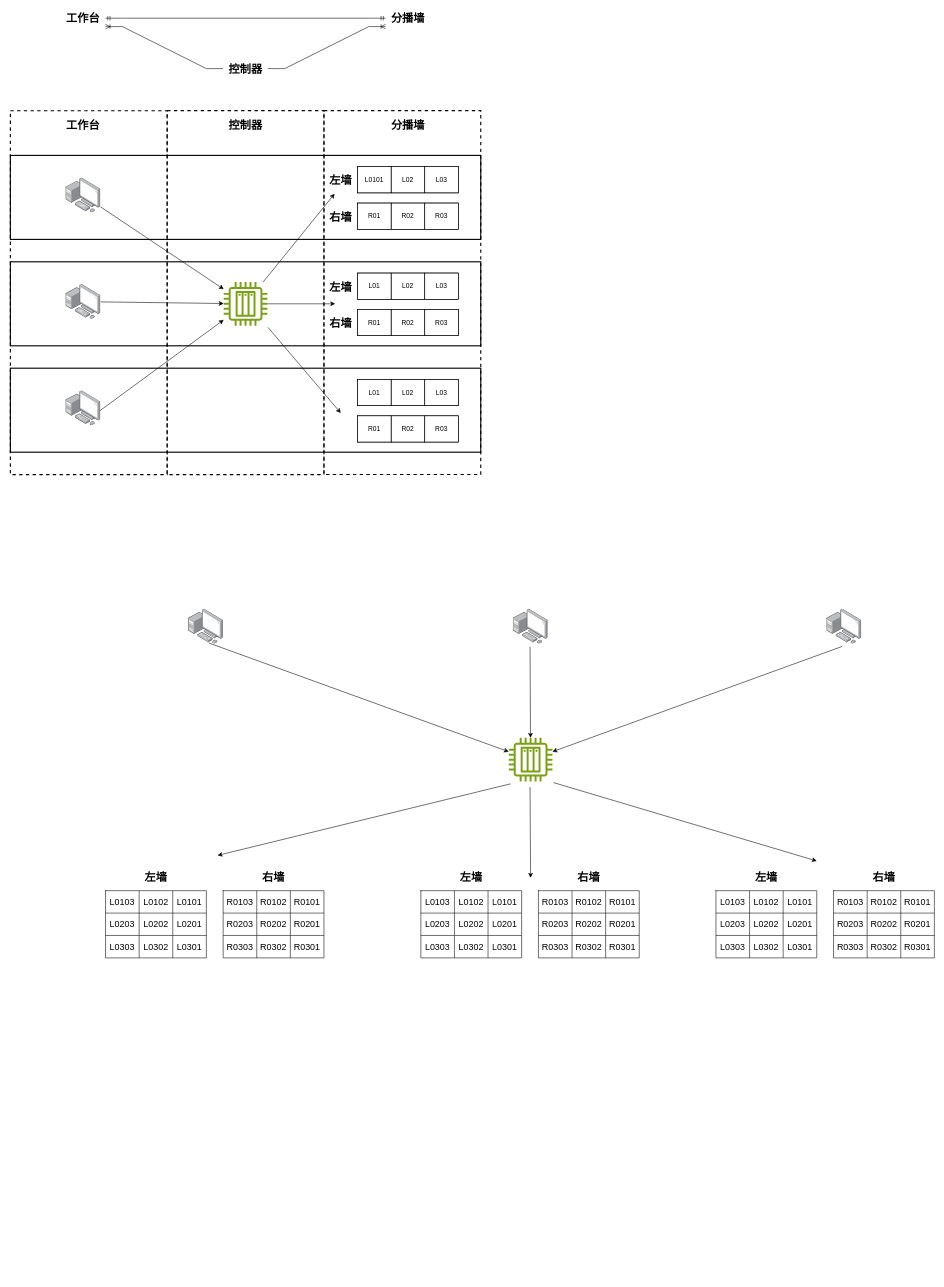
Before: page "工作台-控制器-分播墙-格口关系" (6 of 7) of diagrams/电子标签.drawio in libo9527/static, a draw.io diagram. Source tidied: cells renumbered, new cells numbered last; positions are measured from the earlier drawing's top-left corner, leaving out a move shared by most shapes. Both pictures are drawn from the tidied source at 56%, with x=0, y=0 at pixel (10, 10).
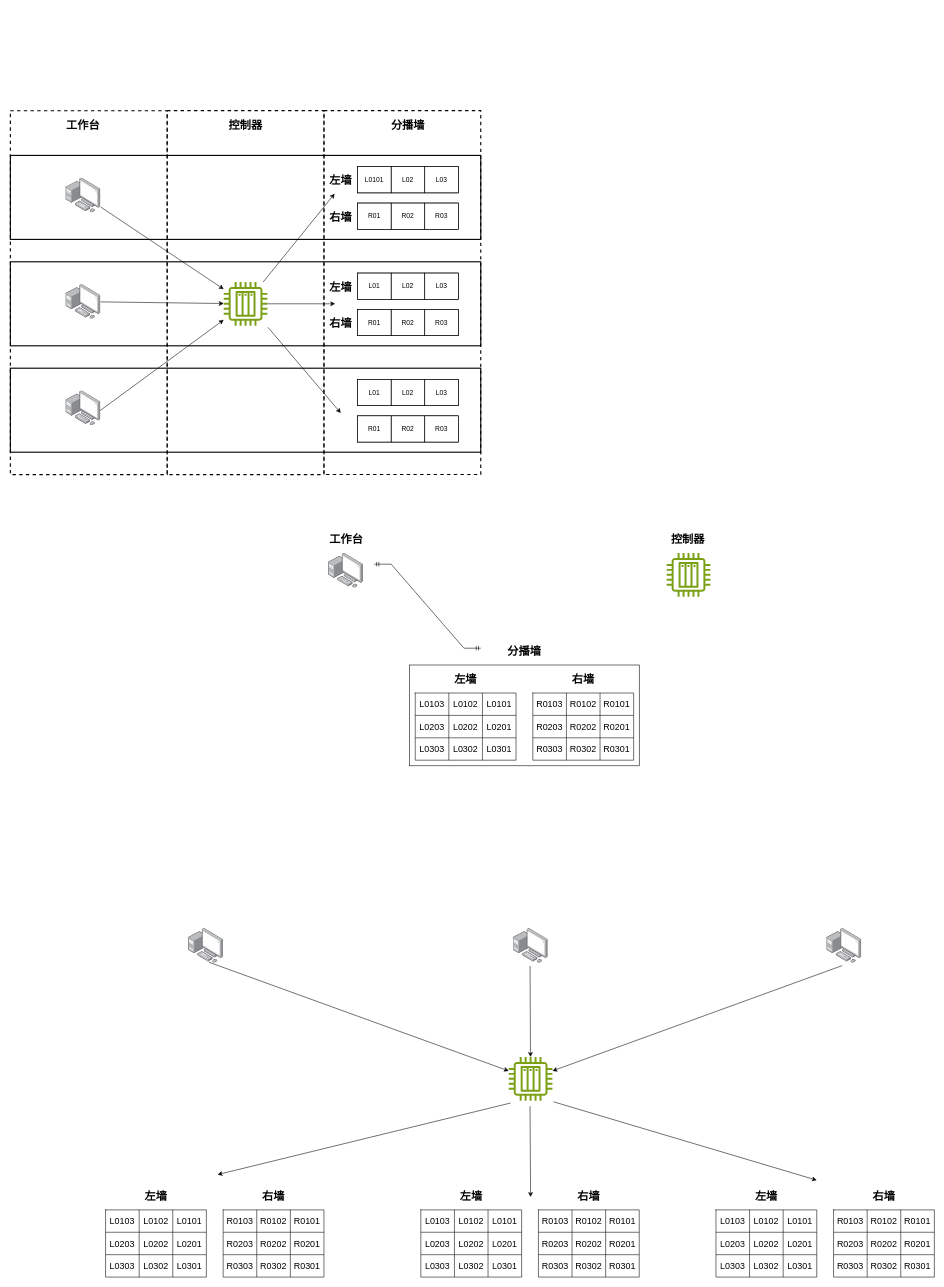
The same diagram, later.

Commit message (it also covers changes not shown here):
更新电子标签.drawio

What changed in the source:
```diff
@@
+    <mxCell id="155" style="rounded=0;whiteSpace=wrap;html=1;" parent="1" vertex="1">
+      <mxGeometry x="713" y="1170" width="410" height="180" as="geometry" />
+    </mxCell>
@@
     <mxCell id="48" value="&lt;b&gt;&lt;font style=&quot;font-size: 20px;&quot;&gt;左墙&lt;/font&gt;&lt;/b&gt;" style="text;html=1;align=center;verticalAlign=middle;whiteSpace=wrap;rounded=0;" parent="1" vertex="1">
-      <mxGeometry x="220" y="1533" width="80" height="30" as="geometry" />
+      <mxGeometry x="220" y="2103" width="80" height="30" as="geometry" />
     </mxCell>
     <mxCell id="49" value="&lt;b&gt;&lt;font style=&quot;font-size: 20px;&quot;&gt;右墙&lt;/font&gt;&lt;/b&gt;" style="text;html=1;align=center;verticalAlign=middle;whiteSpace=wrap;rounded=0;" parent="1" vertex="1">
-      <mxGeometry x="430" y="1533" width="80" height="30" as="geometry" />
+      <mxGeometry x="430" y="2103" width="80" height="30" as="geometry" />
     </mxCell>
@@
     <mxCell id="57" value="&lt;b&gt;&lt;font style=&quot;font-size: 20px;&quot;&gt;工作台&lt;/font&gt;&lt;/b&gt;" style="text;html=1;align=center;verticalAlign=middle;whiteSpace=wrap;rounded=0;" parent="1" vertex="1">
-      <mxGeometry x="90" width="80" height="30" as="geometry" />
+      <mxGeometry x="560" y="930" width="80" height="30" as="geometry" />
     </mxCell>
     <mxCell id="58" value="&lt;b&gt;&lt;font style=&quot;font-size: 20px;&quot;&gt;控制器&lt;/font&gt;&lt;/b&gt;" style="text;html=1;align=center;verticalAlign=middle;whiteSpace=wrap;rounded=0;" parent="1" vertex="1">
-      <mxGeometry x="380" y="90" width="80" height="30" as="geometry" />
+      <mxGeometry x="1170" y="930" width="80" height="30" as="geometry" />
     </mxCell>
     <mxCell id="59" value="&lt;b&gt;&lt;font style=&quot;font-size: 20px;&quot;&gt;分播墙&lt;/font&gt;&lt;/b&gt;" style="text;html=1;align=center;verticalAlign=middle;whiteSpace=wrap;rounded=0;" parent="1" vertex="1">
-      <mxGeometry x="670" width="80" height="30" as="geometry" />
+      <mxGeometry x="878" y="1130" width="80" height="30" as="geometry" />
     </mxCell>
-    <mxCell id="60" style="edgeStyle=entityRelationEdgeStyle;fontSize=12;html=1;endArrow=ERmandOne;startArrow=ERmandOne;rounded=0;exitX=1;exitY=0.5;exitDx=0;exitDy=0;entryX=0;entryY=0.5;entryDx=0;entryDy=0;" parent="1" edge="1" source="57" target="59">
-      <mxGeometry relative="1" as="geometry" />
+    <mxCell id="60" style="edgeStyle=entityRelationEdgeStyle;fontSize=12;html=1;endArrow=ERmandOne;startArrow=ERmandOne;rounded=0;" parent="1" edge="1">
+      <mxGeometry relative="1" as="geometry">
+        <mxPoint x="650" y="990" as="sourcePoint" />
+        <mxPoint x="840" y="1140" as="targetPoint" />
+      </mxGeometry>
     </mxCell>
-    <mxCell id="61" style="edgeStyle=entityRelationEdgeStyle;fontSize=12;html=1;endArrow=ERoneToMany;rounded=0;exitX=0;exitY=0.5;exitDx=0;exitDy=0;entryX=1;entryY=1;entryDx=0;entryDy=0;" parent="1" edge="1" source="58" target="57">
-      <mxGeometry relative="1" as="geometry" />
-    </mxCell>
-    <mxCell id="62" style="edgeStyle=entityRelationEdgeStyle;fontSize=12;html=1;endArrow=ERoneToMany;rounded=0;exitX=1;exitY=0.5;exitDx=0;exitDy=0;entryX=0;entryY=1;entryDx=0;entryDy=0;" parent="1" edge="1" source="58" target="59">
-      <mxGeometry relative="1" as="geometry" />
-    </mxCell>
     <mxCell id="63" style="shape=table;startSize=0;childLayout=tableLayout;fontSize=16;" parent="1" vertex="1">
-      <mxGeometry x="170" y="1573" width="180" height="120" as="geometry" />
+      <mxGeometry x="170" y="2143" width="180" height="120" as="geometry" />
     </mxCell>
@@
     <mxCell id="76" style="shape=table;startSize=0;childLayout=tableLayout;fontSize=16;" parent="1" vertex="1">
-      <mxGeometry x="380" y="1573" width="180" height="120" as="geometry" />
+      <mxGeometry x="380" y="2143" width="180" height="120" as="geometry" />
     </mxCell>
@@
     <mxCell id="89" style="image;points=[];html=1;align=center;shadow=0;dashed=0;image=img/lib/allied_telesis/computer_and_terminals/Personal_Computer_with_Server.svg;" parent="1" vertex="1">
-      <mxGeometry x="317.6" y="1070" width="62.4" height="62.4" as="geometry" />
+      <mxGeometry x="317.6" y="1640" width="62.4" height="62.4" as="geometry" />
     </mxCell>
     <mxCell id="90" style="sketch=0;outlineConnect=0;fontColor=#232F3E;gradientColor=none;fillColor=#7AA116;strokeColor=none;dashed=0;verticalLabelPosition=bottom;verticalAlign=top;align=center;html=1;fontSize=12;fontStyle=0;shape=mxgraph.aws4.iot_thing_plc;" parent="1" vertex="1">
-      <mxGeometry x="890" y="1300" width="78" height="78" as="geometry" />
+      <mxGeometry x="890" y="1870" width="78" height="78" as="geometry" />
     </mxCell>
     <mxCell id="91" value="&lt;b&gt;&lt;font style=&quot;font-size: 20px;&quot;&gt;左墙&lt;/font&gt;&lt;/b&gt;" style="text;html=1;align=center;verticalAlign=middle;whiteSpace=wrap;rounded=0;" parent="1" vertex="1">
-      <mxGeometry x="783" y="1533" width="80" height="30" as="geometry" />
+      <mxGeometry x="783" y="2103" width="80" height="30" as="geometry" />
     </mxCell>
     <mxCell id="92" value="&lt;b&gt;&lt;font style=&quot;font-size: 20px;&quot;&gt;右墙&lt;/font&gt;&lt;/b&gt;" style="text;html=1;align=center;verticalAlign=middle;whiteSpace=wrap;rounded=0;" parent="1" vertex="1">
-      <mxGeometry x="993" y="1533" width="80" height="30" as="geometry" />
+      <mxGeometry x="993" y="2103" width="80" height="30" as="geometry" />
     </mxCell>
     <mxCell id="93" style="shape=table;startSize=0;childLayout=tableLayout;fontSize=16;" parent="1" vertex="1">
-      <mxGeometry x="733" y="1573" width="180" height="120" as="geometry" />
+      <mxGeometry x="733" y="2143" width="180" height="120" as="geometry" />
     </mxCell>
@@
     <mxCell id="106" style="shape=table;startSize=0;childLayout=tableLayout;fontSize=16;" parent="1" vertex="1">
-      <mxGeometry x="943" y="1573" width="180" height="120" as="geometry" />
+      <mxGeometry x="943" y="2143" width="180" height="120" as="geometry" />
     </mxCell>
@@
     <mxCell id="119" style="image;points=[];html=1;align=center;shadow=0;dashed=0;image=img/lib/allied_telesis/computer_and_terminals/Personal_Computer_with_Server.svg;" parent="1" vertex="1">
-      <mxGeometry x="897.6" y="1070" width="62.4" height="62.4" as="geometry" />
+      <mxGeometry x="897.6" y="1640" width="62.4" height="62.4" as="geometry" />
     </mxCell>
     <mxCell id="120" value="&lt;b&gt;&lt;font style=&quot;font-size: 20px;&quot;&gt;左墙&lt;/font&gt;&lt;/b&gt;" style="text;html=1;align=center;verticalAlign=middle;whiteSpace=wrap;rounded=0;" parent="1" vertex="1">
-      <mxGeometry x="1310" y="1533" width="80" height="30" as="geometry" />
+      <mxGeometry x="1310" y="2103" width="80" height="30" as="geometry" />
     </mxCell>
     <mxCell id="121" value="&lt;b&gt;&lt;font style=&quot;font-size: 20px;&quot;&gt;右墙&lt;/font&gt;&lt;/b&gt;" style="text;html=1;align=center;verticalAlign=middle;whiteSpace=wrap;rounded=0;" parent="1" vertex="1">
-      <mxGeometry x="1520" y="1533" width="80" height="30" as="geometry" />
+      <mxGeometry x="1520" y="2103" width="80" height="30" as="geometry" />
     </mxCell>
     <mxCell id="122" style="shape=table;startSize=0;childLayout=tableLayout;fontSize=16;" parent="1" vertex="1">
-      <mxGeometry x="1260" y="1573" width="180" height="120" as="geometry" />
+      <mxGeometry x="1260" y="2143" width="180" height="120" as="geometry" />
     </mxCell>
@@
     <mxCell id="135" style="shape=table;startSize=0;childLayout=tableLayout;fontSize=16;" parent="1" vertex="1">
-      <mxGeometry x="1470" y="1573" width="180" height="120" as="geometry" />
+      <mxGeometry x="1470" y="2143" width="180" height="120" as="geometry" />
     </mxCell>
@@
     <mxCell id="148" style="image;points=[];html=1;align=center;shadow=0;dashed=0;image=img/lib/allied_telesis/computer_and_terminals/Personal_Computer_with_Server.svg;" parent="1" vertex="1">
-      <mxGeometry x="1457.6" y="1070" width="62.4" height="62.4" as="geometry" />
+      <mxGeometry x="1457.6" y="1640" width="62.4" height="62.4" as="geometry" />
     </mxCell>
@@
     <mxCell id="152" style="endArrow=classic;html=1;rounded=0;exitX=0.04;exitY=1.054;exitDx=0;exitDy=0;exitPerimeter=0;" parent="1" edge="1" source="90">
       <mxGeometry relative="1" as="geometry">
-        <mxPoint x="370" y="1510" as="targetPoint" />
+        <mxPoint x="370" y="2080" as="targetPoint" />
       </mxGeometry>
     </mxCell>
     <mxCell id="153" style="endArrow=classic;html=1;rounded=0;exitX=0.488;exitY=1.082;exitDx=0;exitDy=0;exitPerimeter=0;" parent="1" edge="1">
       <mxGeometry relative="1" as="geometry">
-        <mxPoint x="928" y="1388" as="sourcePoint" />
-        <mxPoint x="929" y="1550" as="targetPoint" />
+        <mxPoint x="928" y="1958" as="sourcePoint" />
+        <mxPoint x="929" y="2120" as="targetPoint" />
       </mxGeometry>
     </mxCell>
     <mxCell id="154" style="endArrow=classic;html=1;rounded=0;" parent="1" edge="1">
       <mxGeometry relative="1" as="geometry">
-        <mxPoint x="970" y="1380" as="sourcePoint" />
-        <mxPoint x="1440" y="1520" as="targetPoint" />
+        <mxPoint x="970" y="1950" as="sourcePoint" />
+        <mxPoint x="1440" y="2090" as="targetPoint" />
       </mxGeometry>
     </mxCell>
+    <mxCell id="156" style="image;html=1;align=center;shadow=0;dashed=0;image=img/lib/allied_telesis/computer_and_terminals/Personal_Computer_with_Server.svg;" parent="1" vertex="1">
+      <mxGeometry x="567.6" y="970" width="62.4" height="62.4" as="geometry" />
+    </mxCell>
+    <mxCell id="157" value="&lt;b&gt;&lt;font style=&quot;font-size: 20px;&quot;&gt;左墙&lt;/font&gt;&lt;/b&gt;" style="text;html=1;align=center;verticalAlign=middle;whiteSpace=wrap;rounded=0;" parent="1" vertex="1">
+      <mxGeometry x="773" y="1180" width="80" height="30" as="geometry" />
+    </mxCell>
+    <mxCell id="158" value="&lt;b&gt;&lt;font style=&quot;font-size: 20px;&quot;&gt;右墙&lt;/font&gt;&lt;/b&gt;" style="text;html=1;align=center;verticalAlign=middle;whiteSpace=wrap;rounded=0;" parent="1" vertex="1">
+      <mxGeometry x="983" y="1180" width="80" height="30" as="geometry" />
+    </mxCell>
+    <mxCell id="159" style="shape=table;startSize=0;childLayout=tableLayout;fontSize=16;" parent="1" vertex="1">
+      <mxGeometry x="723" y="1220" width="180" height="120" as="geometry" />
+    </mxCell>
+    <mxCell id="160" style="shape=tableRow;horizontal=0;startSize=0;swimlaneHead=0;swimlaneBody=0;strokeColor=inherit;top=0;left=0;bottom=0;right=0;fillColor=none;fontSize=16;" parent="159" vertex="1">
+      <mxGeometry width="180" height="40" as="geometry" />
+    </mxCell>
+    <mxCell id="161" value="L0103" style="shape=partialRectangle;html=1;whiteSpace=wrap;strokeColor=inherit;overflow=hidden;fillColor=none;top=0;left=0;bottom=0;right=0;fontSize=16;" parent="160" vertex="1">
+      <mxGeometry width="60" height="40" as="geometry" />
+    </mxCell>
+    <mxCell id="162" value="L0102" style="shape=partialRectangle;html=1;whiteSpace=wrap;strokeColor=inherit;overflow=hidden;fillColor=none;top=0;left=0;bottom=0;right=0;fontSize=16;" parent="160" vertex="1">
+      <mxGeometry x="60" width="60" height="40" as="geometry" />
+    </mxCell>
+    <mxCell id="163" value="L0101" style="shape=partialRectangle;html=1;whiteSpace=wrap;strokeColor=inherit;overflow=hidden;fillColor=none;top=0;left=0;bottom=0;right=0;fontSize=16;" parent="160" vertex="1">
+      <mxGeometry x="120" width="60" height="40" as="geometry" />
+    </mxCell>
+    <mxCell id="164" style="shape=tableRow;horizontal=0;startSize=0;swimlaneHead=0;swimlaneBody=0;strokeColor=inherit;top=0;left=0;bottom=0;right=0;fillColor=none;fontSize=16;" parent="159" vertex="1">
+      <mxGeometry y="40" width="180" height="40" as="geometry" />
+    </mxCell>
+    <mxCell id="165" value="L0203" style="shape=partialRectangle;html=1;whiteSpace=wrap;strokeColor=inherit;overflow=hidden;fillColor=none;top=0;left=0;bottom=0;right=0;fontSize=16;" parent="164" vertex="1">
+      <mxGeometry width="60" height="40" as="geometry" />
+    </mxCell>
+    <mxCell id="166" value="L0202" style="shape=partialRectangle;html=1;whiteSpace=wrap;strokeColor=inherit;overflow=hidden;fillColor=none;top=0;left=0;bottom=0;right=0;fontSize=16;" parent="164" vertex="1">
+      <mxGeometry x="60" width="60" height="40" as="geometry" />
+    </mxCell>
+    <mxCell id="167" value="L0201" style="shape=partialRectangle;html=1;whiteSpace=wrap;strokeColor=inherit;overflow=hidden;fillColor=none;top=0;left=0;bottom=0;right=0;fontSize=16;" parent="164" vertex="1">
+      <mxGeometry x="120" width="60" height="40" as="geometry" />
+    </mxCell>
+    <mxCell id="168" style="shape=tableRow;horizontal=0;startSize=0;swimlaneHead=0;swimlaneBody=0;strokeColor=inherit;top=0;left=0;bottom=0;right=0;fillColor=none;fontSize=16;" parent="159" vertex="1">
+      <mxGeometry y="80" width="180" height="40" as="geometry" />
+    </mxCell>
+    <mxCell id="169" value="L0303" style="shape=partialRectangle;html=1;whiteSpace=wrap;strokeColor=inherit;overflow=hidden;fillColor=none;top=0;left=0;bottom=0;right=0;fontSize=16;" parent="168" vertex="1">
+      <mxGeometry width="60" height="40" as="geometry" />
+    </mxCell>
+    <mxCell id="170" value="L0302" style="shape=partialRectangle;html=1;whiteSpace=wrap;strokeColor=inherit;overflow=hidden;fillColor=none;top=0;left=0;bottom=0;right=0;fontSize=16;" parent="168" vertex="1">
+      <mxGeometry x="60" width="60" height="40" as="geometry" />
+    </mxCell>
+    <mxCell id="171" value="L0301" style="shape=partialRectangle;html=1;whiteSpace=wrap;strokeColor=inherit;overflow=hidden;fillColor=none;top=0;left=0;bottom=0;right=0;fontSize=16;" parent="168" vertex="1">
+      <mxGeometry x="120" width="60" height="40" as="geometry" />
+    </mxCell>
+    <mxCell id="172" style="shape=table;startSize=0;childLayout=tableLayout;fontSize=16;" parent="1" vertex="1">
+      <mxGeometry x="933" y="1220" width="180" height="120" as="geometry" />
+    </mxCell>
+    <mxCell id="173" style="shape=tableRow;horizontal=0;startSize=0;swimlaneHead=0;swimlaneBody=0;strokeColor=inherit;top=0;left=0;bottom=0;right=0;fillColor=none;fontSize=16;" parent="172" vertex="1">
+      <mxGeometry width="180" height="40" as="geometry" />
+    </mxCell>
+    <mxCell id="174" value="R0103" style="shape=partialRectangle;html=1;whiteSpace=wrap;strokeColor=inherit;overflow=hidden;fillColor=none;top=0;left=0;bottom=0;right=0;fontSize=16;" parent="173" vertex="1">
+      <mxGeometry width="60" height="40" as="geometry" />
+    </mxCell>
+    <mxCell id="175" value="R0102" style="shape=partialRectangle;html=1;whiteSpace=wrap;strokeColor=inherit;overflow=hidden;fillColor=none;top=0;left=0;bottom=0;right=0;fontSize=16;" parent="173" vertex="1">
+      <mxGeometry x="60" width="60" height="40" as="geometry" />
+    </mxCell>
+    <mxCell id="176" value="R0101" style="shape=partialRectangle;html=1;whiteSpace=wrap;strokeColor=inherit;overflow=hidden;fillColor=none;top=0;left=0;bottom=0;right=0;fontSize=16;" parent="173" vertex="1">
+      <mxGeometry x="120" width="60" height="40" as="geometry" />
+    </mxCell>
+    <mxCell id="177" style="shape=tableRow;horizontal=0;startSize=0;swimlaneHead=0;swimlaneBody=0;strokeColor=inherit;top=0;left=0;bottom=0;right=0;fillColor=none;fontSize=16;" parent="172" vertex="1">
+      <mxGeometry y="40" width="180" height="40" as="geometry" />
+    </mxCell>
+    <mxCell id="178" value="R0203" style="shape=partialRectangle;html=1;whiteSpace=wrap;strokeColor=inherit;overflow=hidden;fillColor=none;top=0;left=0;bottom=0;right=0;fontSize=16;" parent="177" vertex="1">
+      <mxGeometry width="60" height="40" as="geometry" />
+    </mxCell>
+    <mxCell id="179" value="R0202" style="shape=partialRectangle;html=1;whiteSpace=wrap;strokeColor=inherit;overflow=hidden;fillColor=none;top=0;left=0;bottom=0;right=0;fontSize=16;" parent="177" vertex="1">
+      <mxGeometry x="60" width="60" height="40" as="geometry" />
+    </mxCell>
+    <mxCell id="180" value="R0201" style="shape=partialRectangle;html=1;whiteSpace=wrap;strokeColor=inherit;overflow=hidden;fillColor=none;top=0;left=0;bottom=0;right=0;fontSize=16;" parent="177" vertex="1">
+      <mxGeometry x="120" width="60" height="40" as="geometry" />
+    </mxCell>
+    <mxCell id="181" style="shape=tableRow;horizontal=0;startSize=0;swimlaneHead=0;swimlaneBody=0;strokeColor=inherit;top=0;left=0;bottom=0;right=0;fillColor=none;fontSize=16;" parent="172" vertex="1">
+      <mxGeometry y="80" width="180" height="40" as="geometry" />
+    </mxCell>
+    <mxCell id="182" value="R0303" style="shape=partialRectangle;html=1;whiteSpace=wrap;strokeColor=inherit;overflow=hidden;fillColor=none;top=0;left=0;bottom=0;right=0;fontSize=16;" parent="181" vertex="1">
+      <mxGeometry width="60" height="40" as="geometry" />
+    </mxCell>
+    <mxCell id="183" value="R0302" style="shape=partialRectangle;html=1;whiteSpace=wrap;strokeColor=inherit;overflow=hidden;fillColor=none;top=0;left=0;bottom=0;right=0;fontSize=16;" parent="181" vertex="1">
+      <mxGeometry x="60" width="60" height="40" as="geometry" />
+    </mxCell>
+    <mxCell id="184" value="R0301" style="shape=partialRectangle;html=1;whiteSpace=wrap;strokeColor=inherit;overflow=hidden;fillColor=none;top=0;left=0;bottom=0;right=0;fontSize=16;" parent="181" vertex="1">
+      <mxGeometry x="120" width="60" height="40" as="geometry" />
+    </mxCell>
+    <mxCell id="185" style="sketch=0;fontColor=#232F3E;gradientColor=none;fillColor=#7AA116;strokeColor=none;dashed=0;verticalLabelPosition=bottom;verticalAlign=top;align=center;html=1;fontSize=12;fontStyle=0;shape=mxgraph.aws4.iot_thing_plc;" parent="1" vertex="1">
+      <mxGeometry x="1172" y="970" width="78" height="78" as="geometry" />
+    </mxCell>
```
